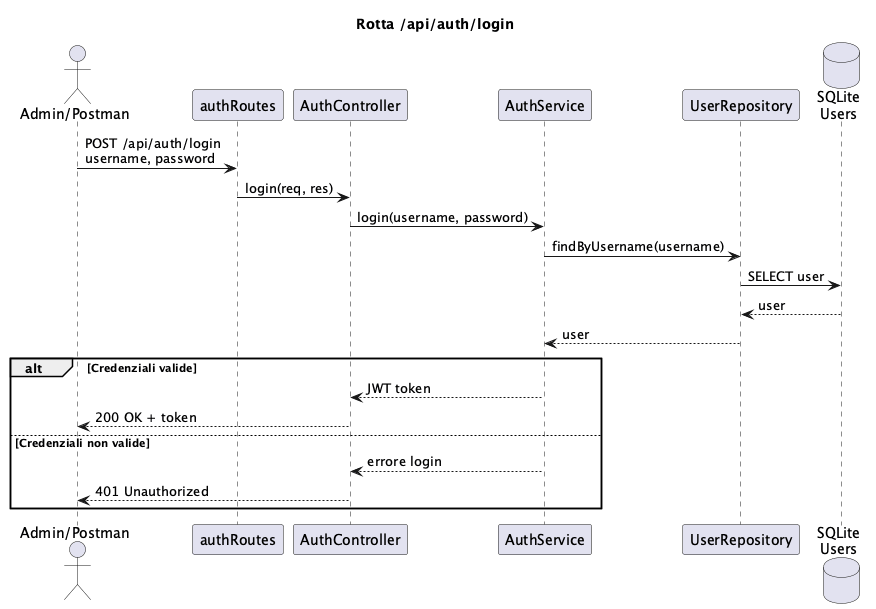
Above: diagrammi/sequenzaLogin.png in Ceciliaaa3110/Project_PA (PlantUML), before the change. The source it was exported from:
```plantuml
@startuml sequenzaLogin
title Rotta /api/auth/login

actor "Admin/Postman" as Client
participant "authRoutes" as Route
participant "AuthController" as Controller
participant "AuthService" as Service
participant "UserRepository" as Repo
database "SQLite\nUsers" as DB

Client -> Route : POST /api/auth/login\nusername, password
Route -> Controller : login(req, res)
Controller -> Service : login(username, password)
Service -> Repo : findByUsername(username)
Repo -> DB : SELECT user
DB --> Repo : user
Repo --> Service : user

alt Credenziali valide
    Service --> Controller : JWT token
    Controller --> Client : 200 OK + token
else Credenziali non valide
    Service --> Controller : errore login
    Controller --> Client : 401 Unauthorized
end

@enduml
```
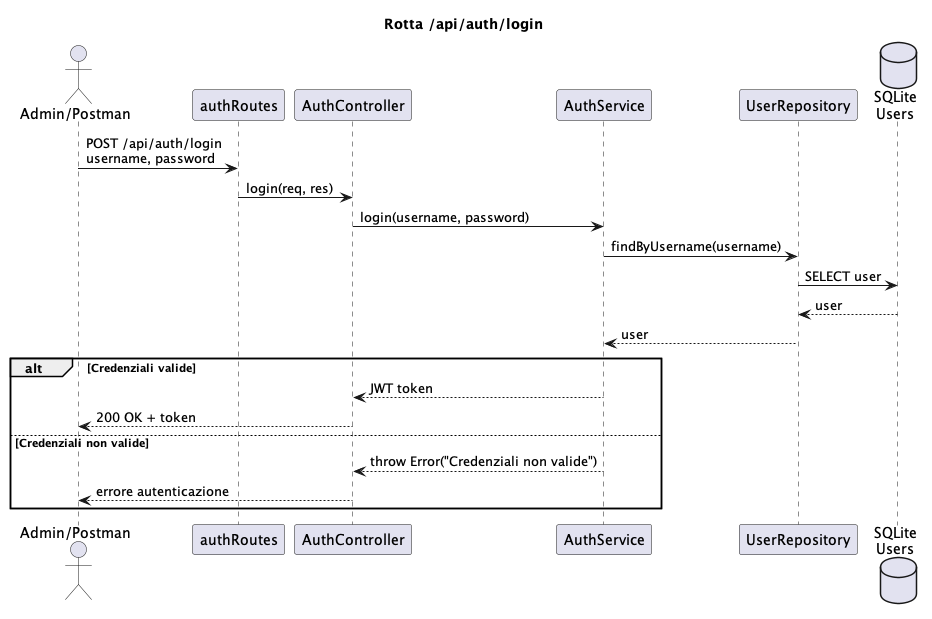
After the change.

The edit, as a diff of the source:
```diff
@@ -20,8 +20,8 @@
     Service --> Controller : JWT token
     Controller --> Client : 200 OK + token
 else Credenziali non valide
-    Service --> Controller : errore login
-    Controller --> Client : 401 Unauthorized
+    Service --> Controller : throw Error("Credenziali non valide")
+    Controller --> Client : errore autenticazione
 end
 
 @enduml
```
